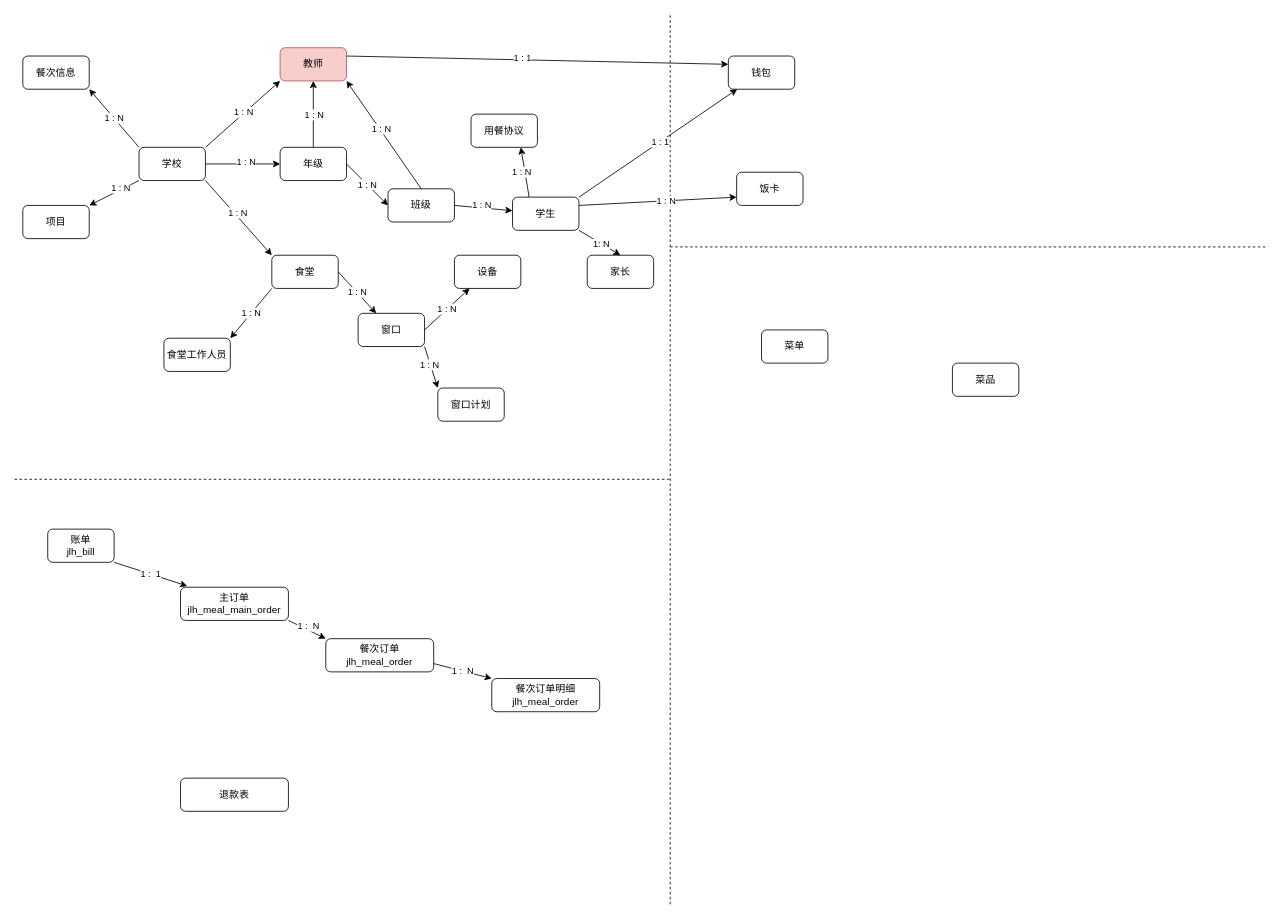
Before: page "概念模型" (1 of 2) of 聚利合.drawio in shixw/drawio-depository, a draw.io diagram. Source tidied: cells renumbered, new cells numbered last; positions are measured from the earlier drawing's top-left corner, leaving out a move shared by most shapes. Both pictures are drawn from the tidied source at 83%, with x=0, y=0 at pixel (14, 14).
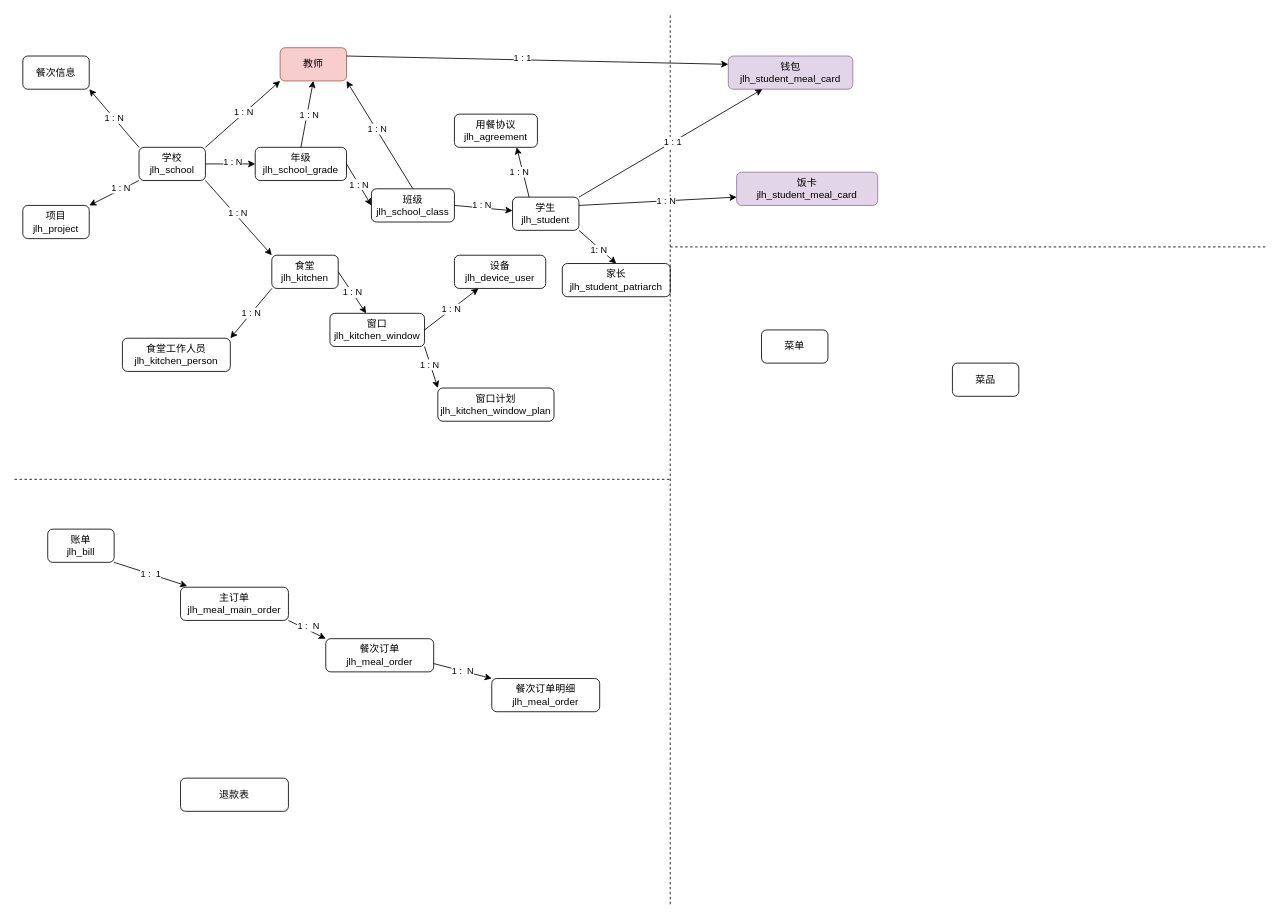
The same diagram, later.

Commit message:
更新聚利合.drawio

Diff of the diagram source:
```diff
@@
-    <mxCell id="2" value="学校" style="rounded=1;whiteSpace=wrap;html=1;" parent="1" vertex="1">
+    <mxCell id="2" value="学校&lt;br&gt;jlh_school" style="rounded=1;whiteSpace=wrap;html=1;" parent="1" vertex="1">
       <mxGeometry x="150" y="160" width="80" height="40" as="geometry" />
     </mxCell>
-    <mxCell id="3" value="项目" style="rounded=1;whiteSpace=wrap;html=1;" parent="1" vertex="1">
+    <mxCell id="3" value="项目&lt;br&gt;jlh_project" style="rounded=1;whiteSpace=wrap;html=1;" parent="1" vertex="1">
       <mxGeometry x="10" y="230" width="80" height="40" as="geometry" />
     </mxCell>
-    <mxCell id="4" value="班级" style="rounded=1;whiteSpace=wrap;html=1;" parent="1" vertex="1">
-      <mxGeometry x="450" y="210" width="80" height="40" as="geometry" />
+    <mxCell id="4" value="班级&lt;br&gt;jlh_school_class" style="rounded=1;whiteSpace=wrap;html=1;" parent="1" vertex="1">
+      <mxGeometry x="430" y="210" width="100" height="40" as="geometry" />
     </mxCell>
-    <mxCell id="5" value="学生" style="rounded=1;whiteSpace=wrap;html=1;" parent="1" vertex="1">
+    <mxCell id="5" value="学生&lt;br&gt;jlh_student" style="rounded=1;whiteSpace=wrap;html=1;" parent="1" vertex="1">
       <mxGeometry x="600" y="220" width="80" height="40" as="geometry" />
     </mxCell>
@@
-    <mxCell id="7" value="家长" style="rounded=1;whiteSpace=wrap;html=1;" parent="1" vertex="1">
-      <mxGeometry x="690" y="290" width="80" height="40" as="geometry" />
+    <mxCell id="7" value="家长&lt;br&gt;jlh_student_patriarch" style="rounded=1;whiteSpace=wrap;html=1;" parent="1" vertex="1">
+      <mxGeometry x="660" y="300" width="130" height="40" as="geometry" />
     </mxCell>
-    <mxCell id="8" value="钱包" style="rounded=1;whiteSpace=wrap;html=1;" parent="1" vertex="1">
-      <mxGeometry x="860" y="50" width="80" height="40" as="geometry" />
+    <mxCell id="8" value="钱包&lt;br&gt;jlh_student_meal_card" style="rounded=1;whiteSpace=wrap;html=1;fillColor=#e1d5e7;strokeColor=#9673a6;" parent="1" vertex="1">
+      <mxGeometry x="860" y="50" width="150" height="40" as="geometry" />
     </mxCell>
-    <mxCell id="9" value="食堂" style="rounded=1;whiteSpace=wrap;html=1;" parent="1" vertex="1">
+    <mxCell id="9" value="食堂&lt;br&gt;jlh_kitchen" style="rounded=1;whiteSpace=wrap;html=1;" parent="1" vertex="1">
       <mxGeometry x="310" y="290" width="80" height="40" as="geometry" />
     </mxCell>
-    <mxCell id="10" value="窗口" style="rounded=1;whiteSpace=wrap;html=1;" parent="1" vertex="1">
-      <mxGeometry x="414" y="360" width="80" height="40" as="geometry" />
+    <mxCell id="10" value="窗口&lt;br&gt;jlh_kitchen_window" style="rounded=1;whiteSpace=wrap;html=1;" parent="1" vertex="1">
+      <mxGeometry x="380" y="360" width="114" height="40" as="geometry" />
     </mxCell>
-    <mxCell id="11" value="年级" style="rounded=1;whiteSpace=wrap;html=1;" parent="1" vertex="1">
-      <mxGeometry x="320" y="160" width="80" height="40" as="geometry" />
+    <mxCell id="11" value="年级&lt;br&gt;jlh_school_grade" style="rounded=1;whiteSpace=wrap;html=1;" parent="1" vertex="1">
+      <mxGeometry x="290" y="160" width="110" height="40" as="geometry" />
     </mxCell>
-    <mxCell id="12" value="设备" style="rounded=1;whiteSpace=wrap;html=1;" parent="1" vertex="1">
-      <mxGeometry x="530" y="290" width="80" height="40" as="geometry" />
+    <mxCell id="12" value="设备&lt;br&gt;jlh_device_user" style="rounded=1;whiteSpace=wrap;html=1;" parent="1" vertex="1">
+      <mxGeometry x="530" y="290" width="110" height="40" as="geometry" />
     </mxCell>
@@
-    <mxCell id="47" value="食堂工作人员" style="rounded=1;whiteSpace=wrap;html=1;" parent="1" vertex="1">
-      <mxGeometry x="180" y="390" width="80" height="40" as="geometry" />
+    <mxCell id="47" value="食堂工作人员&lt;br&gt;jlh_kitchen_person" style="rounded=1;whiteSpace=wrap;html=1;" parent="1" vertex="1">
+      <mxGeometry x="130" y="390" width="130" height="40" as="geometry" />
     </mxCell>
@@
-    <mxCell id="49" value="窗口计划" style="rounded=1;whiteSpace=wrap;html=1;" parent="1" vertex="1">
-      <mxGeometry x="510" y="450" width="80" height="40" as="geometry" />
+    <mxCell id="49" value="窗口计划&lt;br&gt;jlh_kitchen_window_plan" style="rounded=1;whiteSpace=wrap;html=1;" parent="1" vertex="1">
+      <mxGeometry x="510" y="450" width="140" height="40" as="geometry" />
     </mxCell>
@@
-    <mxCell id="54" value="饭卡" style="rounded=1;whiteSpace=wrap;html=1;" parent="1" vertex="1">
-      <mxGeometry x="870" y="190" width="80" height="40" as="geometry" />
+    <mxCell id="54" value="饭卡&lt;br&gt;jlh_student_meal_card" style="rounded=1;whiteSpace=wrap;html=1;fillColor=#e1d5e7;strokeColor=#9673a6;" parent="1" vertex="1">
+      <mxGeometry x="870" y="190" width="170" height="40" as="geometry" />
     </mxCell>
@@
-    <mxCell id="60" value="用餐协议" style="rounded=1;whiteSpace=wrap;html=1;" parent="1" vertex="1">
-      <mxGeometry x="550" y="120" width="80" height="40" as="geometry" />
+    <mxCell id="60" value="用餐协议&lt;br&gt;jlh_agreement" style="rounded=1;whiteSpace=wrap;html=1;" parent="1" vertex="1">
+      <mxGeometry x="530" y="120" width="100" height="40" as="geometry" />
     </mxCell>
```
